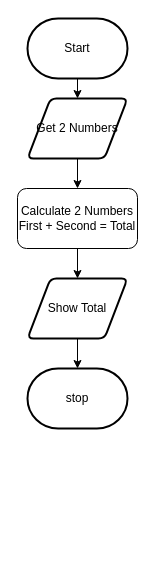
JacksonNaufal/ICS3U-Assignment-1-Python keeps this draw.io diagram as FlowChart.Drawio. Above is the earlier version. Source tidied: cells renumbered, new cells numbered last; positions are measured from the earlier drawing's top-left corner, leaving out a move shared by most shapes. Both pictures are drawn from the tidied source at 100%, with x=0, y=0 at pixel (17, 18).
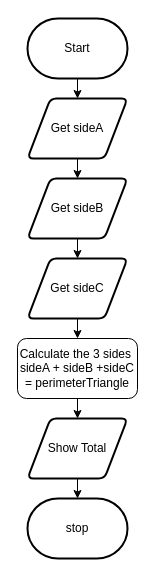
The same page after the edit.

Diff of the diagram source:
```diff
@@
 <mxGraphModel>
   <root>
     <mxCell id="0" />
     <mxCell id="1" parent="0" />
     <mxCell id="2" style="edgeStyle=none;html=1;" parent="1" edge="1" source="3" target="5">
       <mxGeometry relative="1" as="geometry" />
     </mxCell>
     <mxCell id="3" value="Start" style="strokeWidth=2;html=1;shape=mxgraph.flowchart.terminator;whiteSpace=wrap;" parent="1" vertex="1">
       <mxGeometry x="10" width="100" height="60" as="geometry" />
     </mxCell>
-    <mxCell id="4" style="edgeStyle=none;html=1;" parent="1" edge="1" source="5" target="7">
-      <mxGeometry relative="1" as="geometry" />
-    </mxCell>
+    <mxCell id="11" style="edgeStyle=none;html=1;" parent="1" edge="1" source="5" target="13">
+      <mxGeometry relative="1" as="geometry" />
+    </mxCell>
-    <mxCell id="5" value="Get 2 Numbers" style="shape=parallelogram;html=1;strokeWidth=2;perimeter=parallelogramPerimeter;whiteSpace=wrap;rounded=1;arcSize=12;size=0.23;" parent="1" vertex="1">
+    <mxCell id="5" value="Get sideA" style="shape=parallelogram;html=1;strokeWidth=2;perimeter=parallelogramPerimeter;whiteSpace=wrap;rounded=1;arcSize=12;size=0.23;" parent="1" vertex="1">
       <mxGeometry x="10" y="80" width="100" height="60" as="geometry" />
     </mxCell>
     <mxCell id="6" style="edgeStyle=none;html=1;" parent="1" edge="1" source="7" target="9">
       <mxGeometry relative="1" as="geometry" />
     </mxCell>
-    <mxCell id="7" value="Calculate 2 Numbers&lt;br&gt;First + Second = Total" style="rounded=1;whiteSpace=wrap;html=1;" parent="1" vertex="1">
-      <mxGeometry y="170" width="120" height="60" as="geometry" />
+    <mxCell id="7" value="Calculate the 3 sides&amp;nbsp;&lt;br&gt;sideA + sideB +sideC = perimeterTriangle" style="rounded=1;whiteSpace=wrap;html=1;" parent="1" vertex="1">
+      <mxGeometry y="320" width="120" height="60" as="geometry" />
     </mxCell>
     <mxCell id="8" style="edgeStyle=none;html=1;" parent="1" edge="1" source="9" target="10">
       <mxGeometry relative="1" as="geometry" />
     </mxCell>
     <mxCell id="9" value="Show Total" style="shape=parallelogram;html=1;strokeWidth=2;perimeter=parallelogramPerimeter;whiteSpace=wrap;rounded=1;arcSize=12;size=0.23;" parent="1" vertex="1">
-      <mxGeometry x="10" y="260" width="100" height="60" as="geometry" />
+      <mxGeometry x="10" y="400" width="100" height="60" as="geometry" />
     </mxCell>
     <mxCell id="10" value="stop" style="strokeWidth=2;html=1;shape=mxgraph.flowchart.terminator;whiteSpace=wrap;rounded=1;" parent="1" vertex="1">
-      <mxGeometry x="10" y="350" width="100" height="60" as="geometry" />
+      <mxGeometry x="10" y="480" width="100" height="60" as="geometry" />
     </mxCell>
+    <mxCell id="12" style="edgeStyle=none;html=1;" parent="1" edge="1" source="13" target="15">
+      <mxGeometry relative="1" as="geometry" />
+    </mxCell>
+    <mxCell id="13" value="Get sideB" style="shape=parallelogram;html=1;strokeWidth=2;perimeter=parallelogramPerimeter;whiteSpace=wrap;rounded=1;arcSize=12;size=0.23;" parent="1" vertex="1">
+      <mxGeometry x="10" y="160" width="100" height="60" as="geometry" />
+    </mxCell>
+    <mxCell id="14" style="edgeStyle=none;html=1;" parent="1" edge="1" source="15" target="7">
+      <mxGeometry relative="1" as="geometry" />
+    </mxCell>
+    <mxCell id="15" value="Get sideC" style="shape=parallelogram;html=1;strokeWidth=2;perimeter=parallelogramPerimeter;whiteSpace=wrap;rounded=1;arcSize=12;size=0.23;" parent="1" vertex="1">
+      <mxGeometry x="10" y="240" width="100" height="60" as="geometry" />
+    </mxCell>
   </root>
 </mxGraphModel>
```
